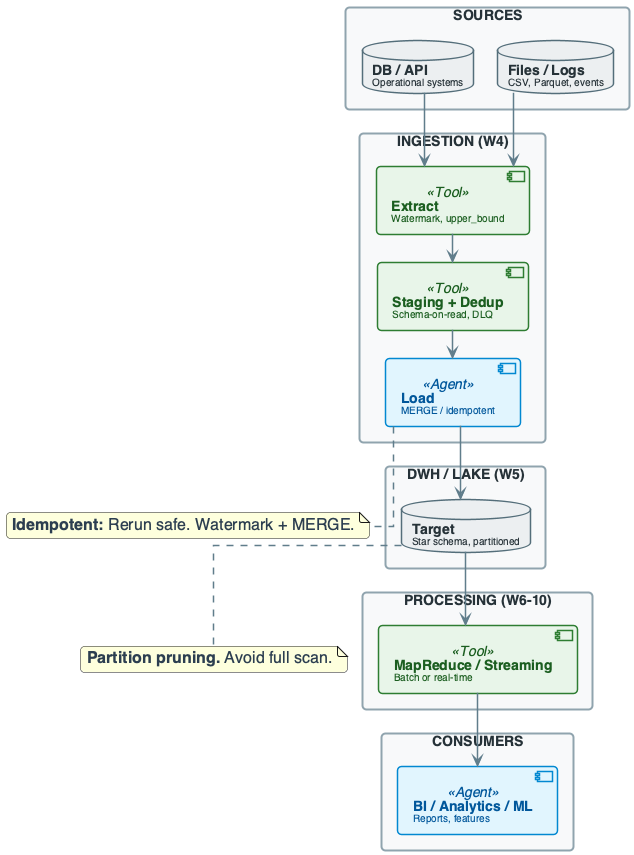
The PlantUML diagram diagrams/week14/week14_lecture_slide11_course_pipeline_overview.png in OrPerets/data-engineering-course, before a commit.
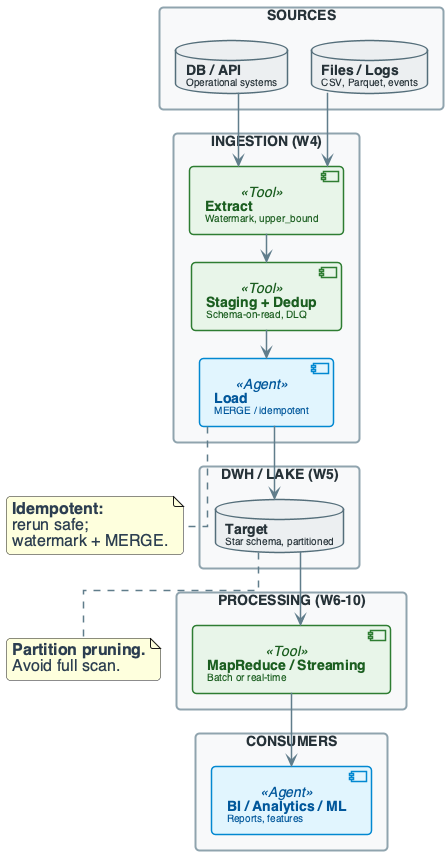
The same diagram one commit later.

Change to the diagram source:
```diff
@@ -149,7 +149,7 @@
 TARGET --> PROC
 PROC --> CONS
 
-note bottom of LOAD : **Idempotent:** Rerun safe. Watermark + MERGE.
-note bottom of TARGET : **Partition pruning.** Avoid full scan.
+note bottom of LOAD : **Idempotent:**\nrerun safe;\nwatermark + MERGE.
+note bottom of TARGET : **Partition pruning.**\nAvoid full scan.
 
 @enduml
```
